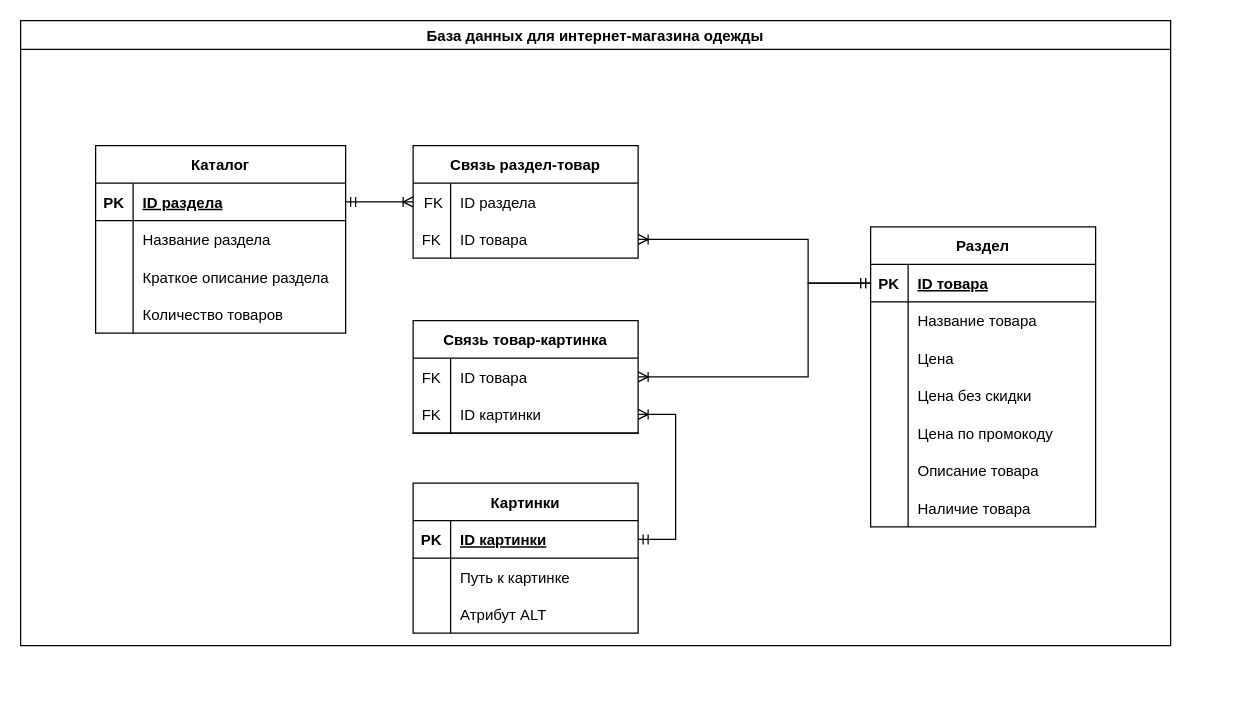
Earlier version of the draw.io diagram diagrams/main-diag.drawio (Vov4ik3587/sql-task). Source tidied: cells renumbered, new cells numbered last; positions are measured from the earlier drawing's top-left corner, leaving out a move shared by most shapes. Both pictures are drawn from the tidied source at 125%, with x=0, y=0 at pixel (20, 20).
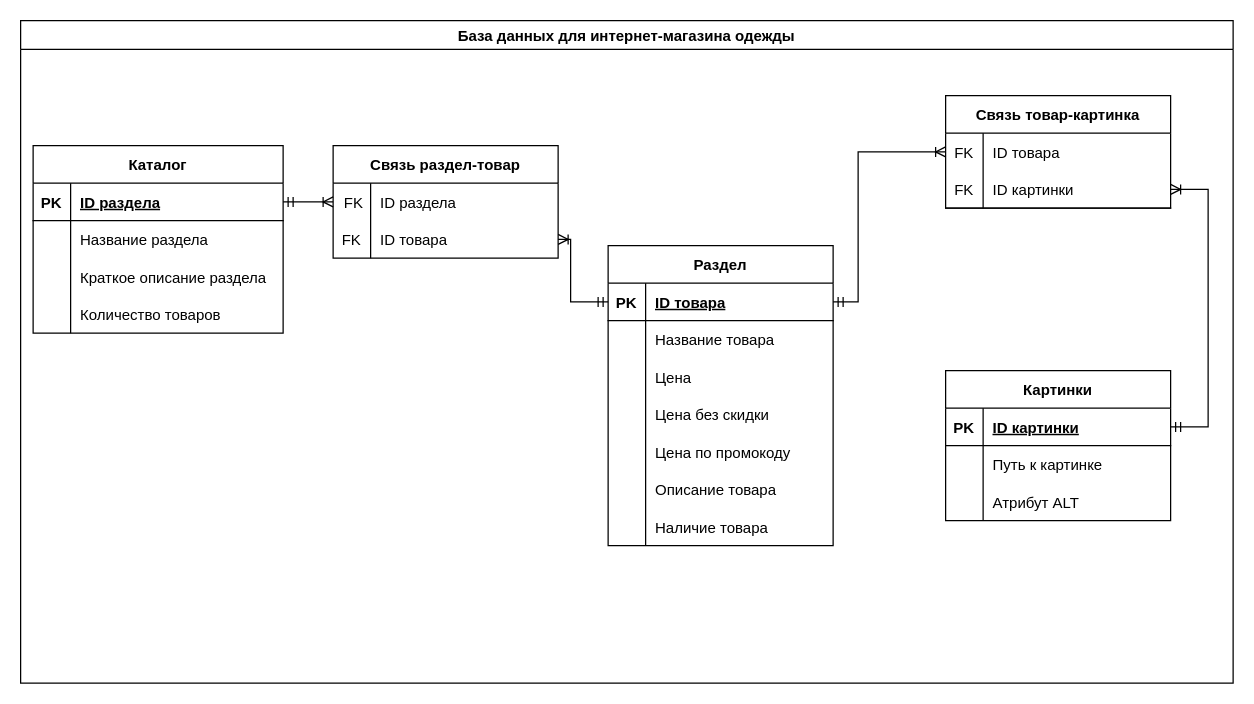
The same diagram, later.

The change refers to these unchanged cells:
```xml
<mxCell id="17" style="shape=tableRow;horizontal=0;startSize=0;swimlaneHead=0;swimlaneBody=0;fillColor=none;points=[[0,0.5],[1,0.5]];portConstraint=eastwest;top=0;left=0;right=0;bottom=1;" parent="16" vertex="1">
  <mxGeometry y="30" width="180" height="30" as="geometry" />
</mxCell>
<mxCell id="42" style="shape=tableRow;horizontal=0;startSize=0;swimlaneHead=0;swimlaneBody=0;fillColor=none;points=[[0,0.5],[1,0.5]];portConstraint=eastwest;top=0;left=0;right=0;bottom=0;" parent="38" vertex="1">
  <mxGeometry y="60" width="180" height="30" as="geometry" />
</mxCell>
<mxCell id="57" style="shape=tableRow;horizontal=0;startSize=0;swimlaneHead=0;swimlaneBody=0;fillColor=none;points=[[0,0.5],[1,0.5]];portConstraint=eastwest;top=0;left=0;right=0;bottom=0;strokeColor=default;" parent="56" vertex="1">
  <mxGeometry y="30" width="180" height="30" as="geometry" />
</mxCell>
```

The edit, as a diff of the source:
```diff
@@
     <mxCell id="2" value="База данных для интернет-магазина одежды" style="swimlane;" parent="1" vertex="1">
-      <mxGeometry width="920" height="500" as="geometry" />
+      <mxGeometry width="970" height="530" as="geometry" />
     </mxCell>
     <mxCell id="3" value="Каталог" style="shape=table;startSize=30;childLayout=tableLayout;rowLines=0;fontStyle=1;align=center;" parent="2" vertex="1">
-      <mxGeometry x="60" y="100" width="200" height="150" as="geometry" />
+      <mxGeometry x="10" y="100" width="200" height="150" as="geometry" />
     </mxCell>
@@
     <mxCell id="16" value="Раздел" style="shape=table;startSize=30;childLayout=tableLayout;rowLines=0;fontStyle=1;align=center;" parent="2" vertex="1">
-      <mxGeometry x="680" y="165" width="180" height="240" as="geometry" />
+      <mxGeometry x="470" y="180" width="180" height="240" as="geometry" />
     </mxCell>
@@
     <mxCell id="38" value="Связь раздел-товар" style="shape=table;startSize=30;childLayout=tableLayout;rowLines=0;fontStyle=1;align=center;" parent="2" vertex="1">
-      <mxGeometry x="314" y="100" width="180" height="90" as="geometry" />
+      <mxGeometry x="250" y="100" width="180" height="90" as="geometry" />
     </mxCell>
@@
     <mxCell id="46" value="Картинки" style="shape=table;startSize=30;childLayout=tableLayout;rowLines=0;fontStyle=1;align=center;strokeColor=default;" parent="2" vertex="1">
-      <mxGeometry x="314" y="370" width="180" height="120" as="geometry" />
+      <mxGeometry x="740" y="280" width="180" height="120" as="geometry" />
     </mxCell>
@@
     <mxCell id="56" value="Связь товар-картинка" style="shape=table;startSize=30;childLayout=tableLayout;rowLines=0;fontStyle=1;align=center;strokeColor=default;" parent="2" vertex="1">
-      <mxGeometry x="314" y="240" width="180" height="90" as="geometry" />
+      <mxGeometry x="740" y="60" width="180" height="90" as="geometry" />
     </mxCell>
@@
-    <mxCell id="64" style="edgeStyle=elbowEdgeStyle;fontSize=12;html=1;endArrow=ERoneToMany;startArrow=ERmandOne;rounded=0;entryX=1;entryY=0.5;entryDx=0;entryDy=0;exitX=0;exitY=0.5;exitDx=0;exitDy=0;" parent="2" edge="1" source="17" target="57">
+    <mxCell id="64" style="edgeStyle=elbowEdgeStyle;fontSize=12;html=1;endArrow=ERoneToMany;startArrow=ERmandOne;rounded=0;entryX=0;entryY=0.5;entryDx=0;entryDy=0;exitX=1;exitY=0.5;exitDx=0;exitDy=0;" parent="2" edge="1" source="17" target="57">
       <mxGeometry relative="1" as="geometry">
         <Array as="points">
-          <mxPoint x="630" y="260" />
-          <mxPoint x="780" y="220" />
+          <mxPoint x="670" y="160" />
         </Array>
       </mxGeometry>
     </mxCell>
     <mxCell id="65" style="edgeStyle=elbowEdgeStyle;fontSize=12;html=1;endArrow=ERoneToMany;startArrow=ERmandOne;rounded=0;entryX=1;entryY=0.5;entryDx=0;entryDy=0;exitX=0;exitY=0.5;exitDx=0;exitDy=0;" parent="2" edge="1" source="17" target="42">
       <mxGeometry relative="1" as="geometry">
         <Array as="points">
-          <mxPoint x="630" y="200" />
+          <mxPoint x="440" y="210" />
           <mxPoint x="770" y="155" />
         </Array>
       </mxGeometry>
     </mxCell>
```
